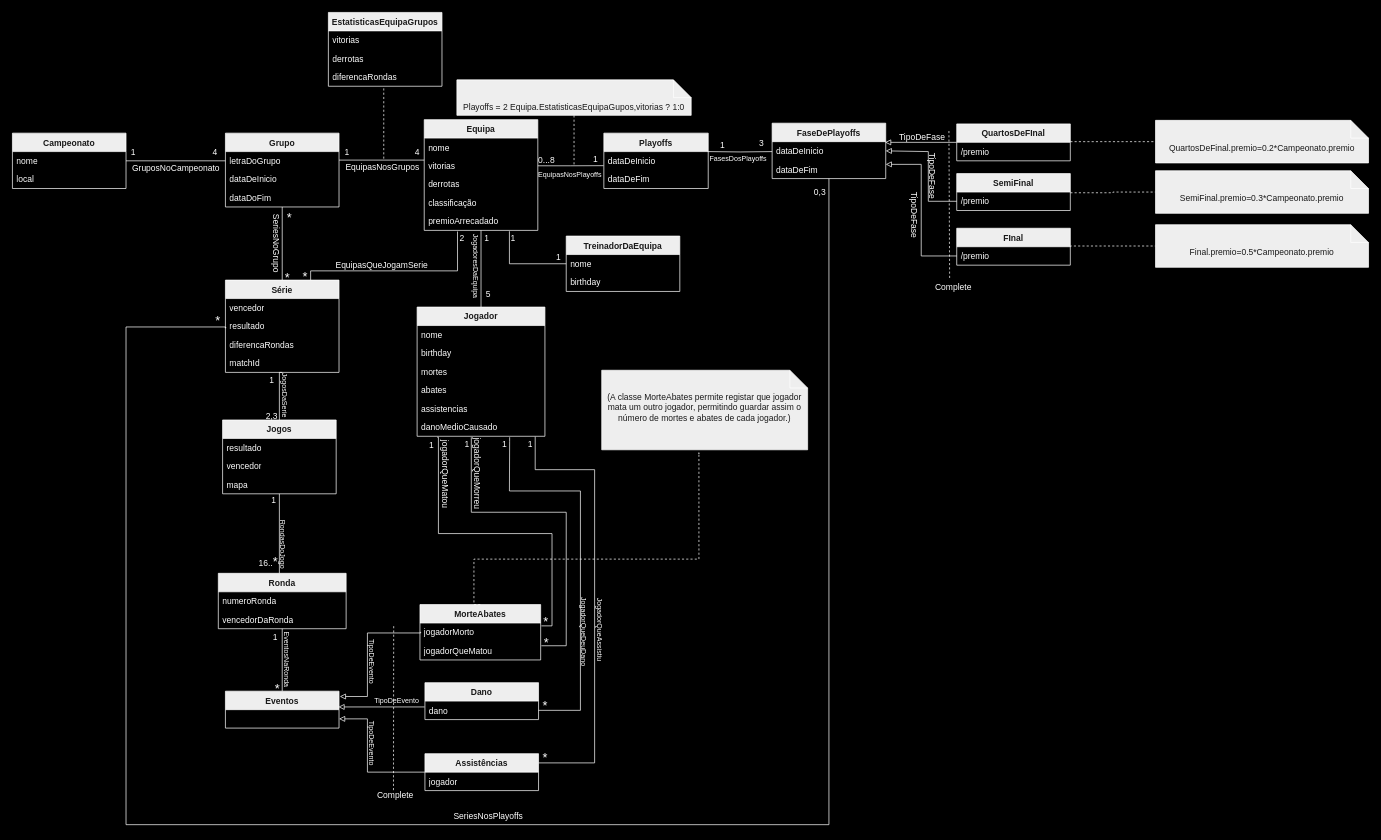
This is CampeonatoCS.drawio from esperaumbocado/Project_BD, a draw.io file, before an edit. Source tidied: cells renumbered, new cells numbered last; positions are measured from the earlier drawing's top-left corner, leaving out a move shared by most shapes. Both pictures are drawn from the tidied source at 71%, with x=0, y=0 at pixel (12, 12).
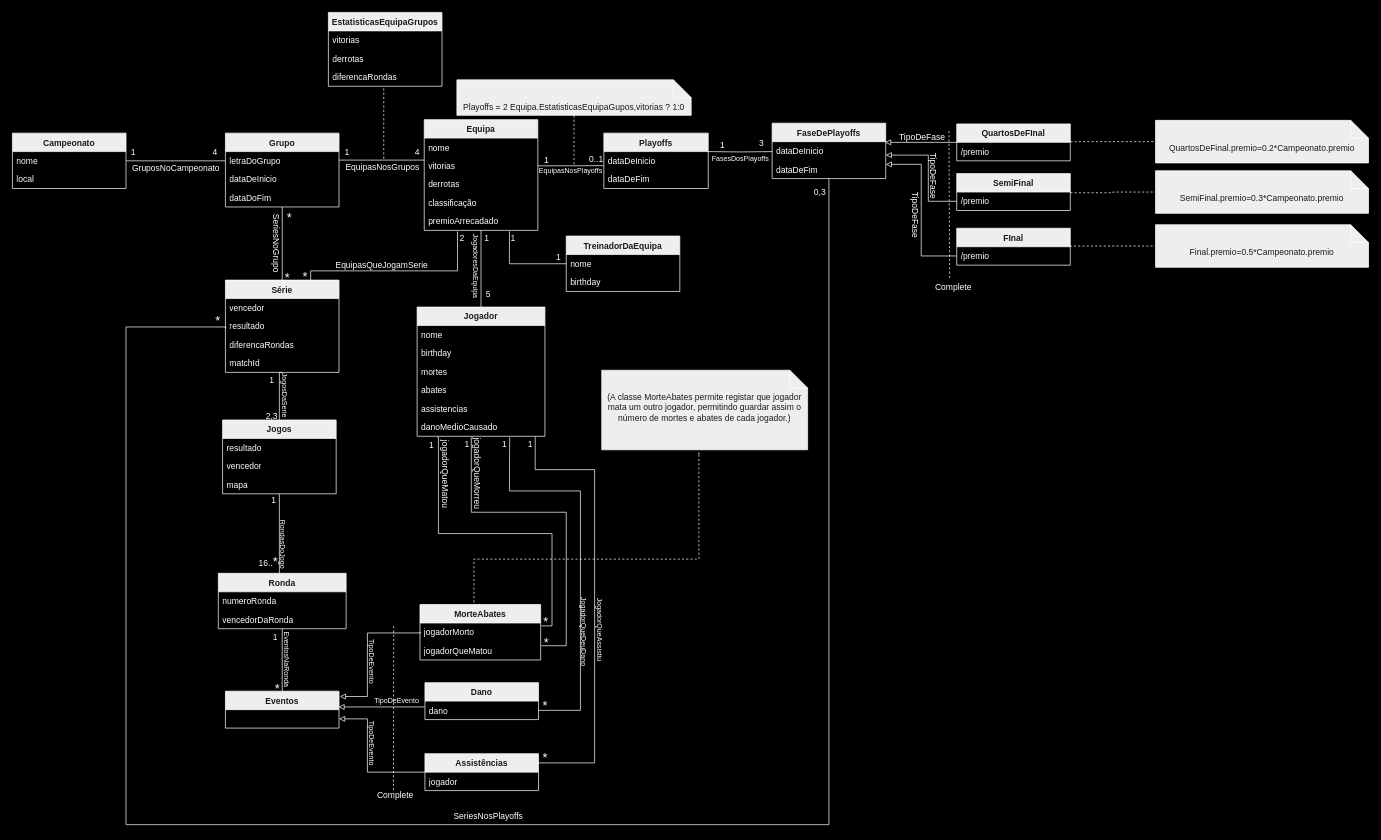
The same diagram, later.

Unchanged cells that the change refers to:
```xml
<mxCell id="82" value="FaseDePlayoffs" style="swimlane;fontStyle=1;align=center;verticalAlign=top;horizontal=1;startSize=26;whiteSpace=wrap;html=1;labelBackgroundColor=none;rounded=0;fillColor=#EEEEEE;strokeColor=#FFFFFF;fontColor=#1A1A1A;" parent="1" vertex="1">
  <mxGeometry x="1070" y="156" width="160" height="78" as="geometry" />
</mxCell>
<mxCell id="83" value="dataDeInicio " style="text;fillColor=none;align=left;verticalAlign=top;spacingLeft=4;spacingRight=4;overflow=hidden;points=[[0,0.5],[1,0.5]];portConstraint=eastwest;whiteSpace=wrap;html=1;labelBackgroundColor=none;rounded=0;fontColor=#FFFFFF;" parent="82" vertex="1">
  <mxGeometry y="26" width="160" height="26" as="geometry" />
</mxCell>
<mxCell id="96" value="/premio" style="text;fillColor=none;align=left;verticalAlign=top;spacingLeft=4;spacingRight=4;overflow=hidden;points=[[0,0.5],[1,0.5]];portConstraint=eastwest;whiteSpace=wrap;html=1;labelBackgroundColor=none;rounded=0;fontColor=#FFFFFF;" parent="95" vertex="1">
  <mxGeometry y="26" width="160" height="26" as="geometry" />
</mxCell>
```

Diff of the diagram source:
```diff
@@
-    <mxCell id="55" value="0...8" style="text;html=1;align=center;verticalAlign=middle;strokeColor=none;fillColor=none;labelBackgroundColor=none;rounded=0;fontColor=#FFFFFF;" parent="1" vertex="1">
-      <mxGeometry x="727" y="193" width="50" height="30" as="geometry" />
+    <mxCell id="55" value="1" style="text;html=1;align=center;verticalAlign=middle;strokeColor=none;fillColor=none;labelBackgroundColor=none;rounded=0;fontColor=#FFFFFF;" parent="1" vertex="1">
+      <mxGeometry x="740" y="195" width="24" height="26" as="geometry" />
     </mxCell>
-    <mxCell id="56" value="1" style="text;html=1;align=center;verticalAlign=middle;strokeColor=none;fillColor=none;labelBackgroundColor=none;rounded=0;fontColor=#FFFFFF;" parent="1" vertex="1">
-      <mxGeometry x="806" y="192" width="30" height="30" as="geometry" />
+    <mxCell id="56" value="0..1" style="text;html=1;align=center;verticalAlign=middle;strokeColor=none;fillColor=none;labelBackgroundColor=none;rounded=0;fontColor=#FFFFFF;" parent="1" vertex="1">
+      <mxGeometry x="803" y="194" width="37" height="26" as="geometry" />
     </mxCell>
@@
-    <mxCell id="100" style="edgeStyle=orthogonalEdgeStyle;rounded=0;jettySize=auto;html=1;entryX=1;entryY=0.5;entryDx=0;entryDy=0;labelBackgroundColor=none;fontColor=default;endArrow=block;endFill=0;strokeColor=#FFFFFF;" parent="1" edge="1" source="96" target="82">
+    <mxCell id="100" style="edgeStyle=orthogonalEdgeStyle;rounded=0;jettySize=auto;html=1;labelBackgroundColor=none;fontColor=default;endArrow=block;endFill=0;strokeColor=#FFFFFF;" parent="1" edge="1" source="96" target="83">
       <mxGeometry relative="1" as="geometry">
         <Array as="points">
           <mxPoint x="1290" y="266" />
-          <mxPoint x="1290" y="196" />
+          <mxPoint x="1290" y="201" />
         </Array>
       </mxGeometry>
     </mxCell>
@@
     <mxCell id="121" value="&lt;font style=&quot;font-size: 10px;&quot;&gt;EquipasNosPlayoffs&lt;/font&gt;" style="text;html=1;align=center;verticalAlign=middle;strokeColor=none;fillColor=none;labelBackgroundColor=none;rounded=0;fontColor=#FFFFFF;" parent="1" vertex="1">
-      <mxGeometry x="730" y="213" width="110" height="30" as="geometry" />
+      <mxGeometry x="731" y="207" width="110" height="30" as="geometry" />
     </mxCell>
     <mxCell id="122" value="&lt;font style=&quot;font-size: 10px;&quot;&gt;FasesDosPlayoffs&lt;/font&gt;" style="text;html=1;align=center;verticalAlign=middle;strokeColor=none;fillColor=none;labelBackgroundColor=none;rounded=0;fontColor=#FFFFFF;" parent="1" vertex="1">
-      <mxGeometry x="972" y="191" width="100" height="30" as="geometry" />
+      <mxGeometry x="975" y="191" width="100" height="30" as="geometry" />
     </mxCell>
     <mxCell id="123" value="&lt;div&gt;TipoDeFase&lt;/div&gt;" style="text;html=1;align=center;verticalAlign=middle;strokeColor=none;fillColor=none;rotation=90;labelBackgroundColor=none;rounded=0;fontColor=#FFFFFF;" parent="1" vertex="1">
-      <mxGeometry x="1225" y="270" width="90" height="30" as="geometry" />
+      <mxGeometry x="1227" y="270" width="90" height="30" as="geometry" />
     </mxCell>
     <mxCell id="124" value="&lt;div&gt;TipoDeFase&lt;/div&gt;" style="text;html=1;align=center;verticalAlign=middle;strokeColor=none;fillColor=none;rotation=90;labelBackgroundColor=none;rounded=0;fontColor=#FFFFFF;" parent="1" vertex="1">
-      <mxGeometry x="1250" y="215" width="90" height="30" as="geometry" />
+      <mxGeometry x="1252" y="215" width="90" height="30" as="geometry" />
     </mxCell>
```
